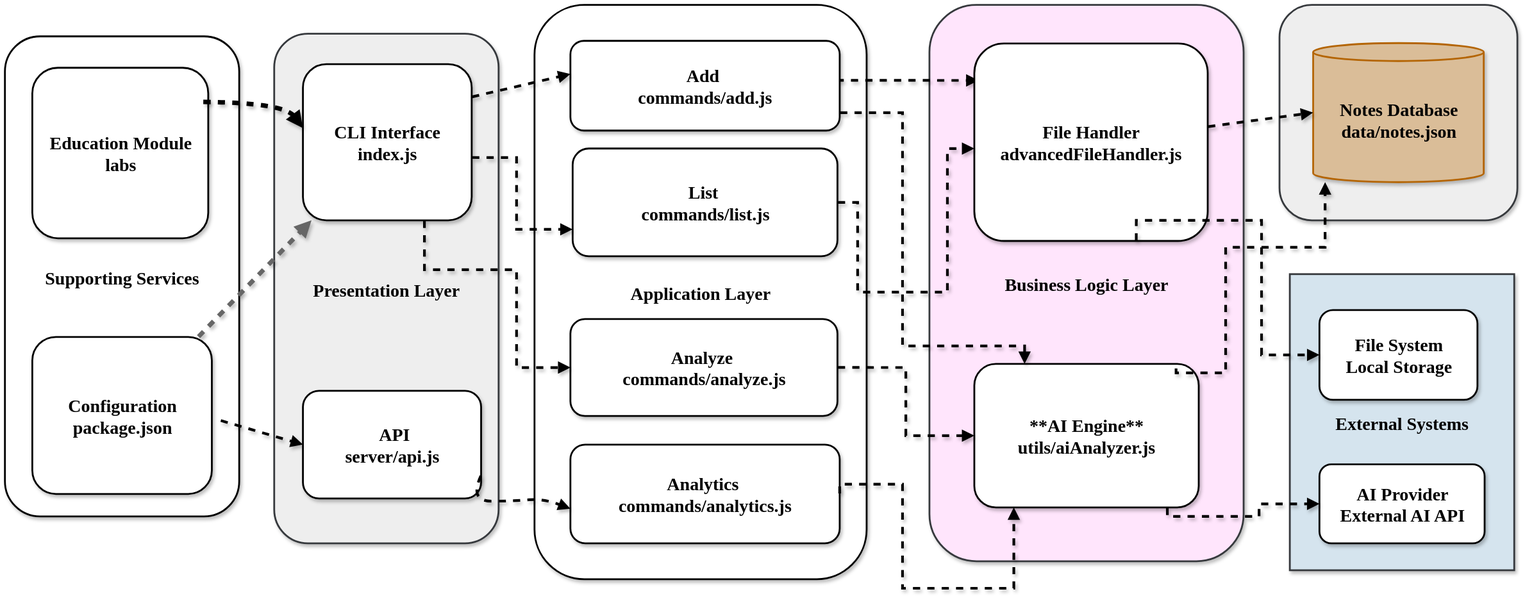
Before: ss/archi.drawio (2).svg, a diagram exported from draw.io (Shahriarin2garden/CLI-Note-Manager). Source tidied: cells renumbered, new cells last; positions are measured from the earlier drawing's top-left corner, leaving out a move shared by most shapes.
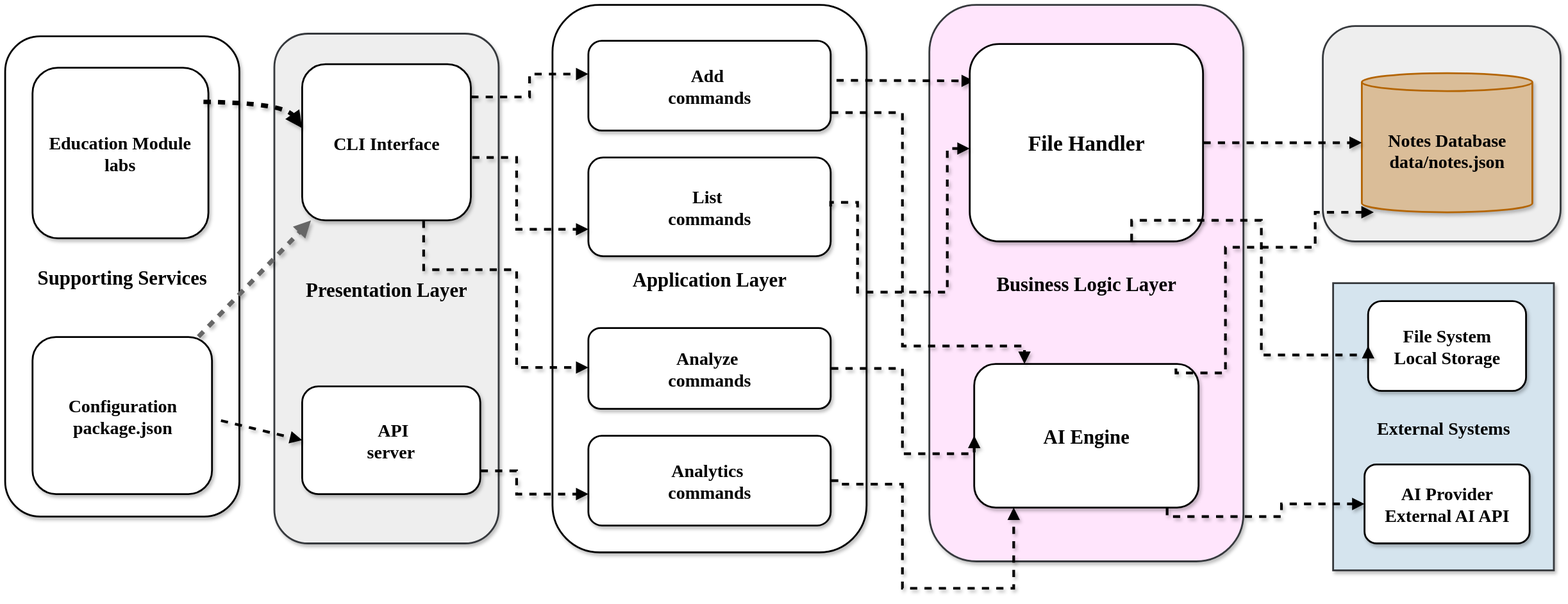
Later version of the same file.

Change to the diagram source:
```diff
@@ -3,54 +3,54 @@
     <mxCell id="0" />
     <mxCell id="1" parent="0" />
     <mxCell id="2" value="External Systems" style="whiteSpace=wrap;strokeWidth=2;fontSize=20;fontStyle=1;fontFamily=Tahoma;shadow=1;labelBackgroundColor=none;html=1;convertToSvg=1;fillColor=#D5E4EE;strokeColor=#36393d;" parent="1" vertex="1">
-      <mxGeometry x="1431.5" y="300" width="250" height="330" as="geometry" />
+      <mxGeometry x="1480" y="310" width="246" height="320" as="geometry" />
     </mxCell>
-    <mxCell id="3" value="Supporting Services" style="whiteSpace=wrap;strokeWidth=2;fontSize=20;fontStyle=1;fontFamily=Tahoma;shadow=1;labelBackgroundColor=none;html=1;convertToSvg=1;rounded=1;strokeColor=default;align=center;verticalAlign=middle;fontColor=default;fillColor=default;" parent="1" vertex="1">
+    <mxCell id="3" value="&lt;font style=&quot;font-size: 22px;&quot;&gt;Supporting Services&lt;/font&gt;" style="whiteSpace=wrap;strokeWidth=2;fontSize=20;fontStyle=1;fontFamily=Tahoma;shadow=1;labelBackgroundColor=none;html=1;convertToSvg=1;rounded=1;strokeColor=default;align=center;verticalAlign=middle;fontColor=default;fillColor=default;" parent="1" vertex="1">
       <mxGeometry y="35" width="261" height="535" as="geometry" />
     </mxCell>
     <mxCell id="4" value="Data Layer" style="whiteSpace=wrap;strokeWidth=2;fontSize=20;fontStyle=1;fontFamily=Tahoma;shadow=1;labelBackgroundColor=none;html=1;convertToSvg=1;rounded=1;strokeColor=#36393d;align=center;verticalAlign=middle;fillColor=#eeeeee;" parent="1" vertex="1">
-      <mxGeometry x="1420" width="265" height="240" as="geometry" />
+      <mxGeometry x="1468.5" y="23.5" width="265" height="240" as="geometry" />
     </mxCell>
-    <mxCell id="5" value="Business Logic Layer" style="whiteSpace=wrap;strokeWidth=2;fontSize=20;fontStyle=1;fontFamily=Tahoma;shadow=1;labelBackgroundColor=none;html=1;convertToSvg=1;rounded=1;strokeColor=#36393d;align=center;verticalAlign=middle;fillColor=#FFE5FC;" parent="1" vertex="1">
+    <mxCell id="5" value="&lt;font style=&quot;font-size: 22px;&quot;&gt;Business Logic Layer&lt;/font&gt;" style="whiteSpace=wrap;strokeWidth=2;fontSize=20;fontStyle=1;fontFamily=Tahoma;shadow=1;labelBackgroundColor=none;html=1;convertToSvg=1;rounded=1;strokeColor=#36393d;align=center;verticalAlign=middle;fillColor=#FFE5FC;" parent="1" vertex="1">
       <mxGeometry x="1030" width="350" height="620" as="geometry" />
     </mxCell>
-    <mxCell id="6" value="Application Layer" style="whiteSpace=wrap;strokeWidth=2;fontSize=20;fontStyle=1;fontFamily=Tahoma;shadow=1;labelBackgroundColor=none;html=1;convertToSvg=1;rounded=1;" parent="1" vertex="1">
-      <mxGeometry x="590" width="370" height="640" as="geometry" />
+    <mxCell id="6" value="&lt;font style=&quot;font-size: 22px;&quot;&gt;Application Layer&lt;/font&gt;" style="whiteSpace=wrap;strokeWidth=2;fontSize=20;fontStyle=1;fontFamily=Tahoma;shadow=1;labelBackgroundColor=none;html=1;convertToSvg=1;rounded=1;" parent="1" vertex="1">
+      <mxGeometry x="610" width="350" height="610" as="geometry" />
     </mxCell>
-    <mxCell id="7" value="Presentation Layer" style="whiteSpace=wrap;strokeWidth=2;fontSize=20;fontStyle=1;fontFamily=Tahoma;shadow=1;labelBackgroundColor=none;html=1;convertToSvg=1;rounded=1;strokeColor=#36393d;align=center;verticalAlign=middle;fillColor=#eeeeee;" parent="1" vertex="1">
+    <mxCell id="7" value="&lt;font style=&quot;font-size: 22px;&quot;&gt;Presentation Layer&lt;/font&gt;" style="whiteSpace=wrap;strokeWidth=2;fontSize=20;fontStyle=1;fontFamily=Tahoma;shadow=1;labelBackgroundColor=none;html=1;convertToSvg=1;rounded=1;strokeColor=#36393d;align=center;verticalAlign=middle;fillColor=#eeeeee;" parent="1" vertex="1">
       <mxGeometry x="300" y="32" width="250" height="568" as="geometry" />
     </mxCell>
-    <mxCell id="8" value="CLI Interface&lt;br&gt;        index.js" style="whiteSpace=wrap;strokeWidth=2;fontSize=20;fontStyle=1;fontFamily=Tahoma;shadow=1;labelBackgroundColor=none;html=1;convertToSvg=1;rounded=1;strokeColor=default;align=center;verticalAlign=middle;fontColor=default;fillColor=default;" parent="1" vertex="1">
-      <mxGeometry x="332" y="66" width="188" height="174" as="geometry" />
+    <mxCell id="8" value="CLI Interface" style="whiteSpace=wrap;strokeWidth=2;fontSize=20;fontStyle=1;fontFamily=Tahoma;shadow=1;labelBackgroundColor=none;html=1;convertToSvg=1;rounded=1;strokeColor=default;align=center;verticalAlign=middle;fontColor=default;fillColor=default;" parent="1" vertex="1">
+      <mxGeometry x="331" y="66" width="188" height="174" as="geometry" />
     </mxCell>
-    <mxCell id="9" value="&amp;nbsp;API&lt;br&gt;        server/api.js" style="whiteSpace=wrap;strokeWidth=2;fontSize=20;fontStyle=1;fontFamily=Tahoma;shadow=1;labelBackgroundColor=none;html=1;convertToSvg=1;rounded=1;strokeColor=default;align=center;verticalAlign=middle;fontColor=default;fillColor=default;" parent="1" vertex="1">
-      <mxGeometry x="332" y="430" width="198.5" height="120" as="geometry" />
+    <mxCell id="9" value="&amp;nbsp;API&lt;br&gt;        server" style="whiteSpace=wrap;strokeWidth=2;fontSize=20;fontStyle=1;fontFamily=Tahoma;shadow=1;labelBackgroundColor=none;html=1;convertToSvg=1;rounded=1;strokeColor=default;align=center;verticalAlign=middle;fontColor=default;fillColor=default;" parent="1" vertex="1">
+      <mxGeometry x="331" y="425" width="198.5" height="120" as="geometry" />
     </mxCell>
     <mxCell id="10" style="rounded=0;jettySize=auto;html=1;entryX=0.018;entryY=0.187;entryDx=0;entryDy=0;strokeWidth=3;align=center;verticalAlign=middle;fontFamily=Tahoma;fontSize=20;fontColor=default;fontStyle=1;labelBackgroundColor=none;startArrow=none;endArrow=block;flowAnimation=1;shadow=1;convertToSvg=1;entryPerimeter=0;" parent="1" edge="1" target="15">
       <mxGeometry relative="1" as="geometry">
         <mxPoint x="926" y="84" as="sourcePoint" />
       </mxGeometry>
     </mxCell>
-    <mxCell id="11" value="Add&amp;nbsp;&lt;br&gt;        commands/add.js" style="whiteSpace=wrap;strokeWidth=2;fontSize=20;fontStyle=1;fontFamily=Tahoma;shadow=1;labelBackgroundColor=none;html=1;convertToSvg=1;rounded=1;" parent="1" vertex="1">
-      <mxGeometry x="630" y="40" width="300" height="100" as="geometry" />
+    <mxCell id="11" value="Add&amp;nbsp;&lt;br&gt;        commands" style="whiteSpace=wrap;strokeWidth=2;fontSize=20;fontStyle=1;fontFamily=Tahoma;shadow=1;labelBackgroundColor=none;html=1;convertToSvg=1;rounded=1;" parent="1" vertex="1">
+      <mxGeometry x="650" y="40" width="270" height="100" as="geometry" />
     </mxCell>
-    <mxCell id="12" value="List&amp;nbsp;&lt;br&gt;        commands/list.js" style="whiteSpace=wrap;strokeWidth=2;fontSize=20;fontStyle=1;fontFamily=Tahoma;shadow=1;labelBackgroundColor=none;html=1;convertToSvg=1;rounded=1;" parent="1" vertex="1">
-      <mxGeometry x="632.5" y="160" width="295" height="120" as="geometry" />
+    <mxCell id="12" value="List&amp;nbsp;&lt;br&gt;        commands" style="whiteSpace=wrap;strokeWidth=2;fontSize=20;fontStyle=1;fontFamily=Tahoma;shadow=1;labelBackgroundColor=none;html=1;convertToSvg=1;rounded=1;" parent="1" vertex="1">
+      <mxGeometry x="650" y="170" width="270" height="110" as="geometry" />
     </mxCell>
-    <mxCell id="13" value="Analyze&amp;nbsp;&lt;br&gt;        commands/analyze.js" style="whiteSpace=wrap;strokeWidth=2;fontSize=20;fontStyle=1;fontFamily=Tahoma;shadow=1;labelBackgroundColor=none;html=1;convertToSvg=1;rounded=1;" parent="1" vertex="1">
-      <mxGeometry x="630" y="350" width="297.5" height="108" as="geometry" />
+    <mxCell id="13" value="Analyze&amp;nbsp;&lt;br&gt;        commands" style="whiteSpace=wrap;strokeWidth=2;fontSize=20;fontStyle=1;fontFamily=Tahoma;shadow=1;labelBackgroundColor=none;html=1;convertToSvg=1;rounded=1;" parent="1" vertex="1">
+      <mxGeometry x="650" y="360" width="270" height="90" as="geometry" />
     </mxCell>
-    <mxCell id="14" value="Analytics&amp;nbsp;&lt;br&gt;        commands/analytics.js" style="whiteSpace=wrap;strokeWidth=2;fontSize=20;fontStyle=1;fontFamily=Tahoma;shadow=1;labelBackgroundColor=none;html=1;convertToSvg=1;rounded=1;" parent="1" vertex="1">
-      <mxGeometry x="630" y="490" width="300" height="110" as="geometry" />
+    <mxCell id="14" value="Analytics&amp;nbsp;&lt;br&gt;        commands" style="whiteSpace=wrap;strokeWidth=2;fontSize=20;fontStyle=1;fontFamily=Tahoma;shadow=1;labelBackgroundColor=none;html=1;convertToSvg=1;rounded=1;" parent="1" vertex="1">
+      <mxGeometry x="650" y="480" width="270" height="100" as="geometry" />
     </mxCell>
-    <mxCell id="15" value="File Handler&lt;br&gt;advancedFileHandler.js" style="whiteSpace=wrap;strokeWidth=2;fontSize=20;fontStyle=1;fontFamily=Tahoma;shadow=1;labelBackgroundColor=none;html=1;convertToSvg=1;rounded=1;strokeColor=default;align=center;verticalAlign=middle;fontColor=default;fillColor=default;" parent="1" vertex="1">
-      <mxGeometry x="1080" y="43" width="260" height="220" as="geometry" />
+    <mxCell id="15" value="&lt;font style=&quot;font-size: 24px;&quot;&gt;File Handler&lt;/font&gt;" style="whiteSpace=wrap;strokeWidth=2;fontSize=20;fontStyle=1;fontFamily=Tahoma;shadow=1;labelBackgroundColor=none;html=1;convertToSvg=1;rounded=1;strokeColor=default;align=center;verticalAlign=middle;fontColor=default;fillColor=default;" parent="1" vertex="1">
+      <mxGeometry x="1075" y="43.5" width="260" height="220" as="geometry" />
     </mxCell>
-    <mxCell id="16" value="**AI Engine**&lt;br&gt;        utils/aiAnalyzer.js" style="whiteSpace=wrap;strokeWidth=2;fontSize=20;fontStyle=1;fontFamily=Tahoma;shadow=1;labelBackgroundColor=none;html=1;convertToSvg=1;rounded=1;strokeColor=default;align=center;verticalAlign=middle;fontColor=default;fillColor=default;" parent="1" vertex="1">
+    <mxCell id="16" value="&lt;font style=&quot;font-size: 22px;&quot;&gt;AI Engine&lt;/font&gt;" style="whiteSpace=wrap;strokeWidth=2;fontSize=20;fontStyle=1;fontFamily=Tahoma;shadow=1;labelBackgroundColor=none;html=1;convertToSvg=1;rounded=1;strokeColor=default;align=center;verticalAlign=middle;fontColor=default;fillColor=default;" parent="1" vertex="1">
       <mxGeometry x="1080" y="400" width="250" height="160" as="geometry" />
     </mxCell>
     <mxCell id="17" value="Notes Database&lt;br&gt;        data/notes.json" style="shape=cylinder3;boundedLbl=1;backgroundOutline=1;size=10;strokeWidth=2;whiteSpace=wrap;fontSize=20;fontStyle=1;fontFamily=Tahoma;shadow=1;labelBackgroundColor=none;html=1;convertToSvg=1;fillColor=#DABD98;strokeColor=#b46504;" parent="1" vertex="1">
-      <mxGeometry x="1457.5" y="42.5" width="190" height="155" as="geometry" />
+      <mxGeometry x="1512" y="76" width="190" height="155" as="geometry" />
     </mxCell>
     <mxCell id="18" value="Education Module&lt;br&gt;        labs" style="whiteSpace=wrap;strokeWidth=2;fontSize=20;fontStyle=1;fontFamily=Tahoma;shadow=1;labelBackgroundColor=none;html=1;convertToSvg=1;rounded=1;strokeColor=default;align=center;verticalAlign=middle;fontColor=default;fillColor=default;" parent="1" vertex="1">
       <mxGeometry x="30.5" y="70" width="196" height="190" as="geometry" />
@@ -62,12 +62,12 @@
       <mxGeometry x="30.5" y="370" width="200" height="175" as="geometry" />
     </mxCell>
     <mxCell id="21" value="AI Provider&lt;div&gt;External AI API&lt;/div&gt;" style="whiteSpace=wrap;strokeWidth=2;fontSize=20;fontStyle=1;fontFamily=Tahoma;shadow=1;labelBackgroundColor=none;html=1;convertToSvg=1;rounded=1;strokeColor=default;align=center;verticalAlign=middle;fontColor=default;fillColor=default;" parent="1" vertex="1">
-      <mxGeometry x="1464.5" y="512" width="184" height="88" as="geometry" />
+      <mxGeometry x="1515" y="512" width="184" height="88" as="geometry" />
     </mxCell>
     <mxCell id="22" value="File System&lt;br&gt;        Local Storage" style="whiteSpace=wrap;strokeWidth=2;fontSize=20;fontStyle=1;fontFamily=Tahoma;shadow=1;labelBackgroundColor=none;html=1;convertToSvg=1;rounded=1;strokeColor=default;align=center;verticalAlign=middle;fontColor=default;fillColor=default;" parent="1" vertex="1">
-      <mxGeometry x="1464.5" y="340" width="176" height="100" as="geometry" />
+      <mxGeometry x="1519" y="330" width="176" height="100" as="geometry" />
     </mxCell>
-    <mxCell id="23" style="startArrow=none;endArrow=block;exitX=1;exitY=0.21;entryX=0;entryY=0.37;rounded=0;fontSize=20;fontStyle=1;fontFamily=Tahoma;strokeWidth=3;align=center;verticalAlign=middle;fontColor=default;labelBackgroundColor=none;flowAnimation=1;shadow=1;html=1;convertToSvg=1;" parent="1" edge="1" source="8" target="11">
+    <mxCell id="23" style="startArrow=none;endArrow=block;exitX=1;exitY=0.21;entryX=0;entryY=0.37;rounded=0;fontSize=20;fontStyle=1;fontFamily=Tahoma;strokeWidth=3;align=center;verticalAlign=middle;fontColor=default;labelBackgroundColor=none;flowAnimation=1;shadow=1;html=1;convertToSvg=1;edgeStyle=orthogonalEdgeStyle;" parent="1" edge="1" source="8" target="11">
       <mxGeometry relative="1" as="geometry" />
     </mxCell>
     <mxCell id="24" style="startArrow=none;endArrow=block;rounded=0;fontSize=20;fontStyle=1;fontFamily=Tahoma;strokeWidth=3;align=center;verticalAlign=middle;fontColor=default;labelBackgroundColor=none;flowAnimation=1;edgeStyle=orthogonalEdgeStyle;shadow=1;html=1;convertToSvg=1;" parent="1" edge="1" target="12">
@@ -88,12 +88,11 @@
         </Array>
       </mxGeometry>
     </mxCell>
-    <mxCell id="26" style="curved=1;startArrow=none;endArrow=block;exitX=1.01;exitY=0.79;entryX=0;entryY=0.65;rounded=0;fontSize=20;fontStyle=1;fontFamily=Tahoma;strokeWidth=3;align=center;verticalAlign=middle;fontColor=default;labelBackgroundColor=none;flowAnimation=1;shadow=1;html=1;convertToSvg=1;" parent="1" edge="1" source="9" target="14">
+    <mxCell id="26" style="startArrow=none;endArrow=block;exitX=1.01;exitY=0.79;entryX=0;entryY=0.65;rounded=0;fontSize=20;fontStyle=1;fontFamily=Tahoma;strokeWidth=3;align=center;verticalAlign=middle;fontColor=default;labelBackgroundColor=none;flowAnimation=1;shadow=1;html=1;convertToSvg=1;edgeStyle=orthogonalEdgeStyle;" parent="1" edge="1" source="9" target="14">
       <mxGeometry relative="1" as="geometry">
         <Array as="points">
-          <mxPoint x="517" y="553" />
-          <mxPoint x="567" y="553" />
-          <mxPoint x="600" y="550" />
+          <mxPoint x="570" y="519" />
+          <mxPoint x="570" y="545" />
         </Array>
       </mxGeometry>
     </mxCell>
@@ -108,7 +107,13 @@
       </mxGeometry>
     </mxCell>
     <mxCell id="28" style="startArrow=none;endArrow=block;exitX=1;exitY=0.5;entryX=0;entryY=0.5;rounded=0;fontSize=20;fontStyle=1;fontFamily=Tahoma;strokeWidth=3;align=center;verticalAlign=middle;fontColor=default;labelBackgroundColor=none;flowAnimation=1;edgeStyle=orthogonalEdgeStyle;shadow=1;html=1;convertToSvg=1;" parent="1" edge="1" source="13" target="16">
-      <mxGeometry relative="1" as="geometry" />
+      <mxGeometry relative="1" as="geometry">
+        <Array as="points">
+          <mxPoint x="1000" y="405" />
+          <mxPoint x="1000" y="500" />
+          <mxPoint x="1080" y="500" />
+        </Array>
+      </mxGeometry>
     </mxCell>
     <mxCell id="29" style="startArrow=none;endArrow=block;exitX=1;exitY=0.5;rounded=0;fontSize=20;fontStyle=1;fontFamily=Tahoma;strokeWidth=3;align=center;verticalAlign=middle;fontColor=default;labelBackgroundColor=none;flowAnimation=1;edgeStyle=orthogonalEdgeStyle;shadow=1;html=1;convertToSvg=1;" parent="1" edge="1" source="14" target="16">
       <mxGeometry relative="1" as="geometry">
@@ -138,7 +143,8 @@
           <mxPoint x="1305" y="410" />
           <mxPoint x="1360" y="410" />
           <mxPoint x="1360" y="270" />
-          <mxPoint x="1471" y="270" />
+          <mxPoint x="1460" y="270" />
+          <mxPoint x="1460" y="231" />
         </Array>
       </mxGeometry>
     </mxCell>
```
